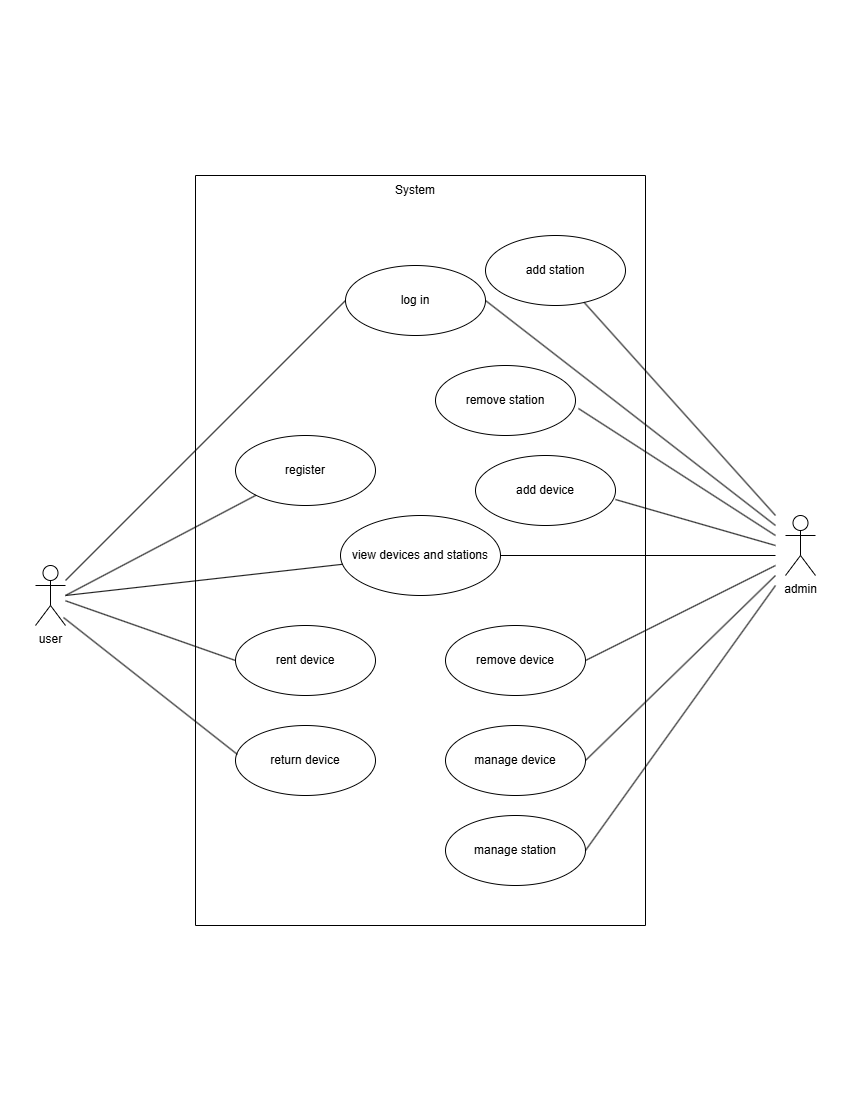
Earlier version of the draw.io export docs/UseCase.png (TAW-26/TAW-Dominik-Faliszek). Source tidied: cells renumbered, new cells last; positions are measured from the earlier drawing's top-left corner, leaving out a move shared by most shapes. Its diagram source:
```xml
<mxGraphModel>
  <root>
    <mxCell id="0" />
    <mxCell id="1" parent="0" />
    <mxCell id="2" value="user" style="shape=umlActor;verticalLabelPosition=bottom;verticalAlign=top;html=1;" parent="1" vertex="1">
      <mxGeometry y="390" width="30" height="60" as="geometry" />
    </mxCell>
    <mxCell id="3" value="admin" style="shape=umlActor;verticalLabelPosition=bottom;verticalAlign=top;html=1;" parent="1" vertex="1">
      <mxGeometry x="750" y="340" width="30" height="60" as="geometry" />
    </mxCell>
    <mxCell id="4" style="swimlane;startSize=0;" parent="1" vertex="1">
      <mxGeometry x="160" width="450" height="750" as="geometry" />
    </mxCell>
    <mxCell id="5" value="manage&amp;nbsp;station" style="ellipse;whiteSpace=wrap;html=1;" parent="4" vertex="1">
      <mxGeometry x="250" y="640" width="140" height="70" as="geometry" />
    </mxCell>
    <mxCell id="6" value="add station" style="ellipse;whiteSpace=wrap;html=1;" parent="4" vertex="1">
      <mxGeometry x="290" y="60" width="140" height="70" as="geometry" />
    </mxCell>
    <mxCell id="7" value="remove station" style="ellipse;whiteSpace=wrap;html=1;" parent="4" vertex="1">
      <mxGeometry x="240" y="190" width="140" height="70" as="geometry" />
    </mxCell>
    <mxCell id="8" value="add device" style="ellipse;whiteSpace=wrap;html=1;" parent="4" vertex="1">
      <mxGeometry x="280" y="280" width="140" height="70" as="geometry" />
    </mxCell>
    <mxCell id="9" value="remove device" style="ellipse;whiteSpace=wrap;html=1;" parent="4" vertex="1">
      <mxGeometry x="250" y="450" width="140" height="70" as="geometry" />
    </mxCell>
    <mxCell id="10" value="manage device" style="ellipse;whiteSpace=wrap;html=1;" parent="4" vertex="1">
      <mxGeometry x="250" y="550" width="140" height="70" as="geometry" />
    </mxCell>
    <mxCell id="11" value="log in" style="ellipse;whiteSpace=wrap;html=1;" parent="4" vertex="1">
      <mxGeometry x="150" y="90" width="140" height="70" as="geometry" />
    </mxCell>
    <mxCell id="12" value="register" style="ellipse;whiteSpace=wrap;html=1;" parent="4" vertex="1">
      <mxGeometry x="40" y="260" width="140" height="70" as="geometry" />
    </mxCell>
    <mxCell id="13" value="rent device" style="ellipse;whiteSpace=wrap;html=1;" parent="4" vertex="1">
      <mxGeometry x="40" y="450" width="140" height="70" as="geometry" />
    </mxCell>
    <mxCell id="14" value="return device" style="ellipse;whiteSpace=wrap;html=1;" parent="4" vertex="1">
      <mxGeometry x="40" y="550" width="140" height="70" as="geometry" />
    </mxCell>
    <mxCell id="15" value="view devices and stations" style="ellipse;whiteSpace=wrap;html=1;" parent="4" vertex="1">
      <mxGeometry x="145" y="340" width="160" height="80" as="geometry" />
    </mxCell>
    <mxCell id="16" style="endArrow=none;html=1;rounded=0;exitX=0.933;exitY=0.867;exitDx=0;exitDy=0;exitPerimeter=0;entryX=0.014;entryY=0.414;entryDx=0;entryDy=0;entryPerimeter=0;" parent="1" edge="1" source="2" target="14">
      <mxGeometry relative="1" as="geometry" />
    </mxCell>
    <mxCell id="17" style="endArrow=none;html=1;rounded=0;entryX=0;entryY=0.5;entryDx=0;entryDy=0;" parent="1" edge="1" source="2" target="13">
      <mxGeometry relative="1" as="geometry" />
    </mxCell>
    <mxCell id="18" style="endArrow=none;html=1;rounded=0;entryX=0;entryY=1;entryDx=0;entryDy=0;" parent="1" edge="1" target="12">
      <mxGeometry relative="1" as="geometry">
        <mxPoint x="30" y="420" as="sourcePoint" />
      </mxGeometry>
    </mxCell>
    <mxCell id="19" style="endArrow=none;html=1;rounded=0;entryX=0;entryY=0.5;entryDx=0;entryDy=0;" parent="1" edge="1" source="2" target="11">
      <mxGeometry relative="1" as="geometry" />
    </mxCell>
    <mxCell id="20" style="endArrow=none;html=1;rounded=0;" parent="1" edge="1" source="6">
      <mxGeometry relative="1" as="geometry">
        <mxPoint x="740" y="340" as="targetPoint" />
      </mxGeometry>
    </mxCell>
    <mxCell id="21" style="endArrow=none;html=1;rounded=0;" parent="1" edge="1" target="15">
      <mxGeometry relative="1" as="geometry">
        <mxPoint x="30" y="420" as="sourcePoint" />
      </mxGeometry>
    </mxCell>
    <mxCell id="22" style="endArrow=none;html=1;rounded=0;exitX=1;exitY=0.5;exitDx=0;exitDy=0;" parent="1" edge="1" source="15">
      <mxGeometry relative="1" as="geometry">
        <mxPoint x="740" y="380" as="targetPoint" />
      </mxGeometry>
    </mxCell>
    <mxCell id="23" style="endArrow=none;html=1;rounded=0;entryX=1.021;entryY=0.614;entryDx=0;entryDy=0;entryPerimeter=0;" parent="1" edge="1" target="7">
      <mxGeometry relative="1" as="geometry">
        <mxPoint x="740" y="360" as="sourcePoint" />
      </mxGeometry>
    </mxCell>
    <mxCell id="24" style="endArrow=none;html=1;rounded=0;entryX=1;entryY=0.629;entryDx=0;entryDy=0;entryPerimeter=0;" parent="1" edge="1" target="8">
      <mxGeometry relative="1" as="geometry">
        <mxPoint x="740" y="370" as="sourcePoint" />
      </mxGeometry>
    </mxCell>
    <mxCell id="25" style="endArrow=none;html=1;rounded=0;exitX=1;exitY=0.5;exitDx=0;exitDy=0;" parent="1" edge="1" source="9">
      <mxGeometry relative="1" as="geometry">
        <mxPoint x="740" y="390" as="targetPoint" />
      </mxGeometry>
    </mxCell>
    <mxCell id="26" style="endArrow=none;html=1;rounded=0;exitX=1;exitY=0.5;exitDx=0;exitDy=0;" parent="1" edge="1" source="10">
      <mxGeometry relative="1" as="geometry">
        <mxPoint x="740" y="400" as="targetPoint" />
      </mxGeometry>
    </mxCell>
    <mxCell id="27" style="endArrow=none;html=1;rounded=0;exitX=1;exitY=0.5;exitDx=0;exitDy=0;" parent="1" edge="1" source="5">
      <mxGeometry relative="1" as="geometry">
        <mxPoint x="740" y="410" as="targetPoint" />
      </mxGeometry>
    </mxCell>
    <mxCell id="28" style="endArrow=none;html=1;rounded=0;exitX=1;exitY=0.5;exitDx=0;exitDy=0;" parent="1" edge="1" source="11">
      <mxGeometry relative="1" as="geometry">
        <mxPoint x="740" y="350" as="targetPoint" />
      </mxGeometry>
    </mxCell>
    <mxCell id="29" value="System" style="text;html=1;whiteSpace=wrap;strokeColor=none;fillColor=none;align=center;verticalAlign=middle;rounded=0;" parent="1" vertex="1">
      <mxGeometry x="350" width="60" height="30" as="geometry" />
    </mxCell>
  </root>
</mxGraphModel>
```
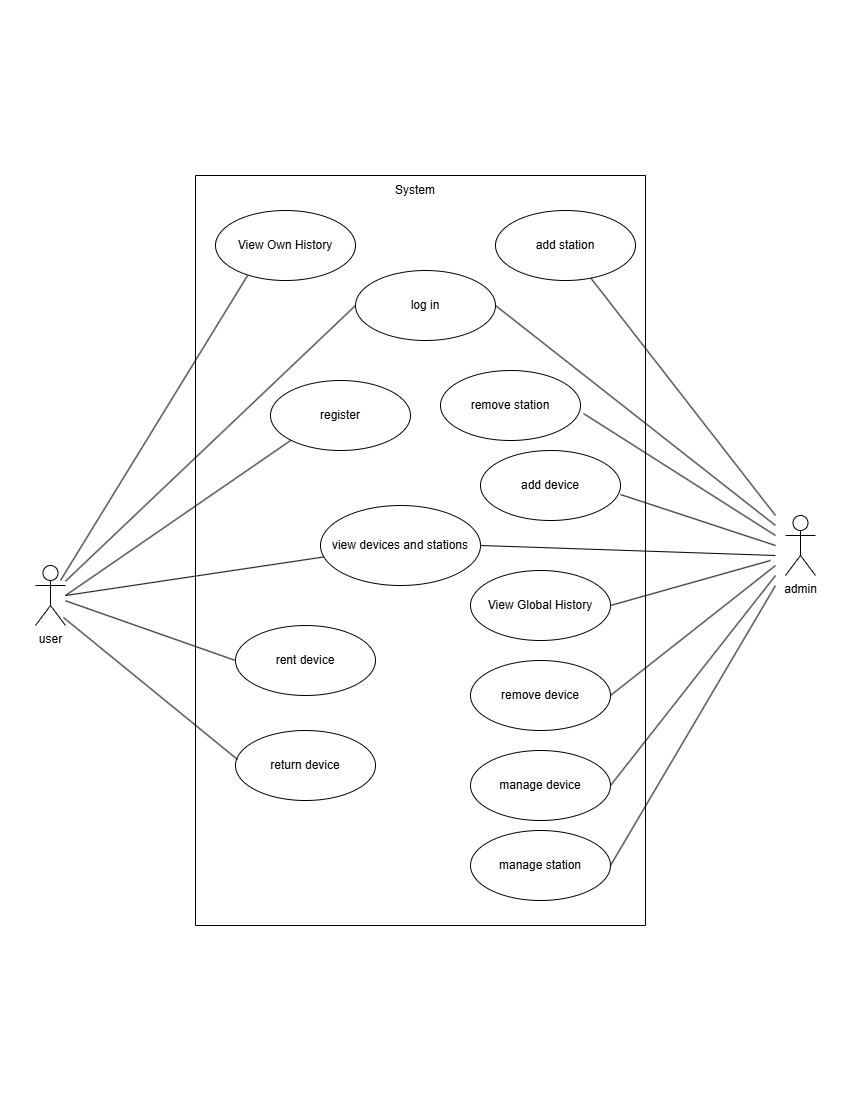
The same file after the commit.

The edit, as a diff of the source:
```diff
@@ -12,38 +12,44 @@
       <mxGeometry x="160" width="450" height="750" as="geometry" />
     </mxCell>
     <mxCell id="5" value="manage&amp;nbsp;station" style="ellipse;whiteSpace=wrap;html=1;" parent="4" vertex="1">
-      <mxGeometry x="250" y="640" width="140" height="70" as="geometry" />
+      <mxGeometry x="275" y="655" width="140" height="70" as="geometry" />
     </mxCell>
     <mxCell id="6" value="add station" style="ellipse;whiteSpace=wrap;html=1;" parent="4" vertex="1">
-      <mxGeometry x="290" y="60" width="140" height="70" as="geometry" />
+      <mxGeometry x="300" y="35" width="140" height="70" as="geometry" />
     </mxCell>
     <mxCell id="7" value="remove station" style="ellipse;whiteSpace=wrap;html=1;" parent="4" vertex="1">
-      <mxGeometry x="240" y="190" width="140" height="70" as="geometry" />
+      <mxGeometry x="245" y="195" width="140" height="70" as="geometry" />
     </mxCell>
     <mxCell id="8" value="add device" style="ellipse;whiteSpace=wrap;html=1;" parent="4" vertex="1">
-      <mxGeometry x="280" y="280" width="140" height="70" as="geometry" />
+      <mxGeometry x="285" y="275" width="140" height="70" as="geometry" />
     </mxCell>
     <mxCell id="9" value="remove device" style="ellipse;whiteSpace=wrap;html=1;" parent="4" vertex="1">
-      <mxGeometry x="250" y="450" width="140" height="70" as="geometry" />
+      <mxGeometry x="275" y="485" width="140" height="70" as="geometry" />
     </mxCell>
     <mxCell id="10" value="manage device" style="ellipse;whiteSpace=wrap;html=1;" parent="4" vertex="1">
-      <mxGeometry x="250" y="550" width="140" height="70" as="geometry" />
+      <mxGeometry x="275" y="575" width="140" height="70" as="geometry" />
     </mxCell>
     <mxCell id="11" value="log in" style="ellipse;whiteSpace=wrap;html=1;" parent="4" vertex="1">
-      <mxGeometry x="150" y="90" width="140" height="70" as="geometry" />
+      <mxGeometry x="160" y="95" width="140" height="70" as="geometry" />
     </mxCell>
     <mxCell id="12" value="register" style="ellipse;whiteSpace=wrap;html=1;" parent="4" vertex="1">
-      <mxGeometry x="40" y="260" width="140" height="70" as="geometry" />
+      <mxGeometry x="75" y="205" width="140" height="70" as="geometry" />
     </mxCell>
     <mxCell id="13" value="rent device" style="ellipse;whiteSpace=wrap;html=1;" parent="4" vertex="1">
       <mxGeometry x="40" y="450" width="140" height="70" as="geometry" />
     </mxCell>
     <mxCell id="14" value="return device" style="ellipse;whiteSpace=wrap;html=1;" parent="4" vertex="1">
-      <mxGeometry x="40" y="550" width="140" height="70" as="geometry" />
+      <mxGeometry x="40" y="555" width="140" height="70" as="geometry" />
     </mxCell>
     <mxCell id="15" value="view devices and stations" style="ellipse;whiteSpace=wrap;html=1;" parent="4" vertex="1">
-      <mxGeometry x="145" y="340" width="160" height="80" as="geometry" />
+      <mxGeometry x="125" y="330" width="160" height="80" as="geometry" />
     </mxCell>
+    <mxCell id="30" value="View Own History" style="ellipse;whiteSpace=wrap;html=1;" parent="4" vertex="1">
+      <mxGeometry x="20" y="35" width="140" height="70" as="geometry" />
+    </mxCell>
+    <mxCell id="31" value="View Global History" style="ellipse;whiteSpace=wrap;html=1;" parent="4" vertex="1">
+      <mxGeometry x="275" y="395" width="140" height="70" as="geometry" />
+    </mxCell>
     <mxCell id="16" style="endArrow=none;html=1;rounded=0;exitX=0.933;exitY=0.867;exitDx=0;exitDy=0;exitPerimeter=0;entryX=0.014;entryY=0.414;entryDx=0;entryDy=0;entryPerimeter=0;" parent="1" edge="1" source="2" target="14">
       <mxGeometry relative="1" as="geometry" />
     </mxCell>
@@ -106,5 +112,15 @@
     <mxCell id="29" value="System" style="text;html=1;whiteSpace=wrap;strokeColor=none;fillColor=none;align=center;verticalAlign=middle;rounded=0;" parent="1" vertex="1">
       <mxGeometry x="350" width="60" height="30" as="geometry" />
     </mxCell>
+    <mxCell id="32" style="endArrow=none;html=1;rounded=0;entryX=0.229;entryY=0.929;entryDx=0;entryDy=0;entryPerimeter=0;" parent="1" edge="1" target="30">
+      <mxGeometry relative="1" as="geometry">
+        <mxPoint x="25" y="405" as="sourcePoint" />
+      </mxGeometry>
+    </mxCell>
+    <mxCell id="33" style="endArrow=none;html=1;rounded=0;exitX=1;exitY=0.5;exitDx=0;exitDy=0;" parent="1" edge="1" source="31">
+      <mxGeometry relative="1" as="geometry">
+        <mxPoint x="735" y="385" as="targetPoint" />
+      </mxGeometry>
+    </mxCell>
   </root>
 </mxGraphModel>
```
